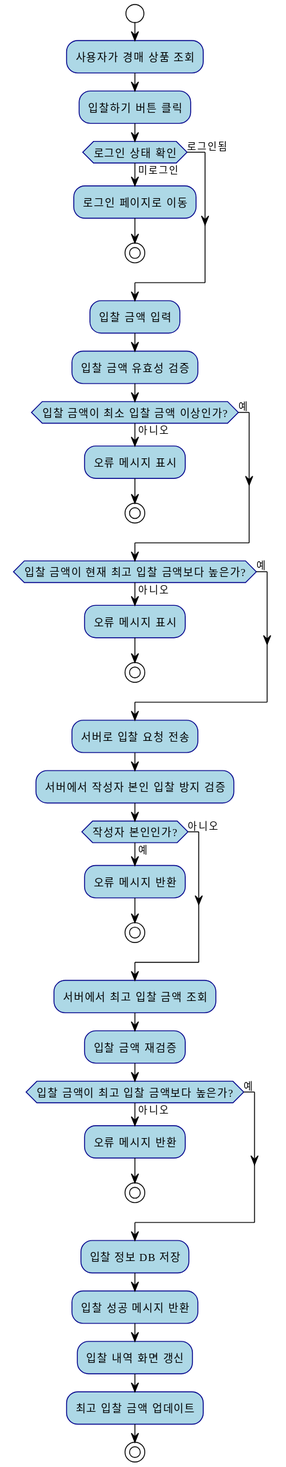
snlee1004/goldauction keeps this PlantUML diagram as Document/PPT/goldauction/액티비티_다이어그램_경매_입찰_프로세스.svg. Above is the earlier version. The source it was exported from:
```plantuml
@startuml
!theme plain
skinparam defaultFontName "Malgun Gothic"
skinparam activity {
    BackgroundColor LightBlue
    BorderColor DarkBlue
    FontSize 12
}

start

:사용자가 경매 상품 조회;

:입찰하기 버튼 클릭;

if (로그인 상태 확인) then (미로그인)
    :로그인 페이지로 이동;
    stop
else (로그인됨)
endif

:입찰 금액 입력;

:입찰 금액 유효성 검증;

if (입찰 금액이 최소 입찰 금액 이상인가?) then (아니오)
    :오류 메시지 표시;
    stop
else (예)
endif

if (입찰 금액이 현재 최고 입찰 금액보다 높은가?) then (아니오)
    :오류 메시지 표시;
    stop
else (예)
endif

:서버로 입찰 요청 전송;

:서버에서 작성자 본인 입찰 방지 검증;

if (작성자 본인인가?) then (예)
    :오류 메시지 반환;
    stop
else (아니오)
endif

:서버에서 최고 입찰 금액 조회;

:입찰 금액 재검증;

if (입찰 금액이 최고 입찰 금액보다 높은가?) then (아니오)
    :오류 메시지 반환;
    stop
else (예)
endif

:입찰 정보 DB 저장;

:입찰 성공 메시지 반환;

:입찰 내역 화면 갱신;

:최고 입찰 금액 업데이트;

stop
@enduml
```
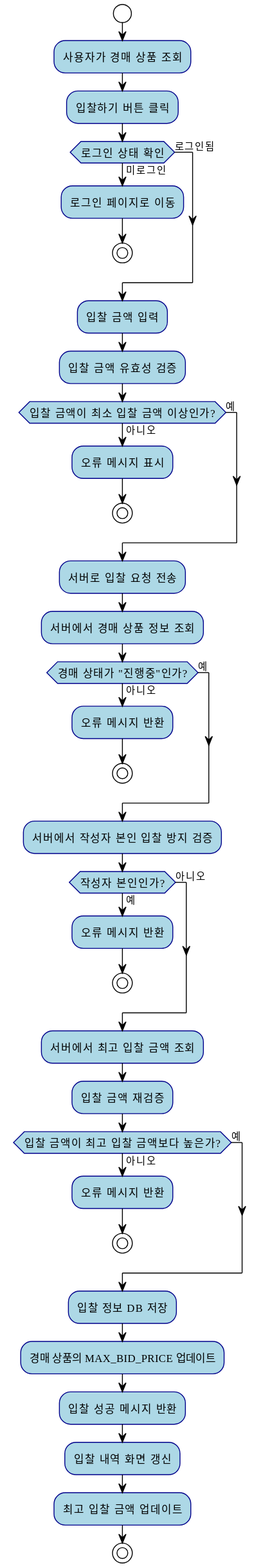
After the commit.

Change to the diagram source:
```diff
@@ -29,13 +29,15 @@
 else (예)
 endif
 
-if (입찰 금액이 현재 최고 입찰 금액보다 높은가?) then (아니오)
-    :오류 메시지 표시;
+:서버로 입찰 요청 전송;
+
+:서버에서 경매 상품 정보 조회;
+
+if (경매 상태가 "진행중"인가?) then (아니오)
+    :오류 메시지 반환;
     stop
 else (예)
 endif
-
-:서버로 입찰 요청 전송;
 
 :서버에서 작성자 본인 입찰 방지 검증;
 
@@ -57,6 +59,8 @@
 
 :입찰 정보 DB 저장;
 
+:경매 상품의 MAX_BID_PRICE 업데이트;
+
 :입찰 성공 메시지 반환;
 
 :입찰 내역 화면 갱신;
```
